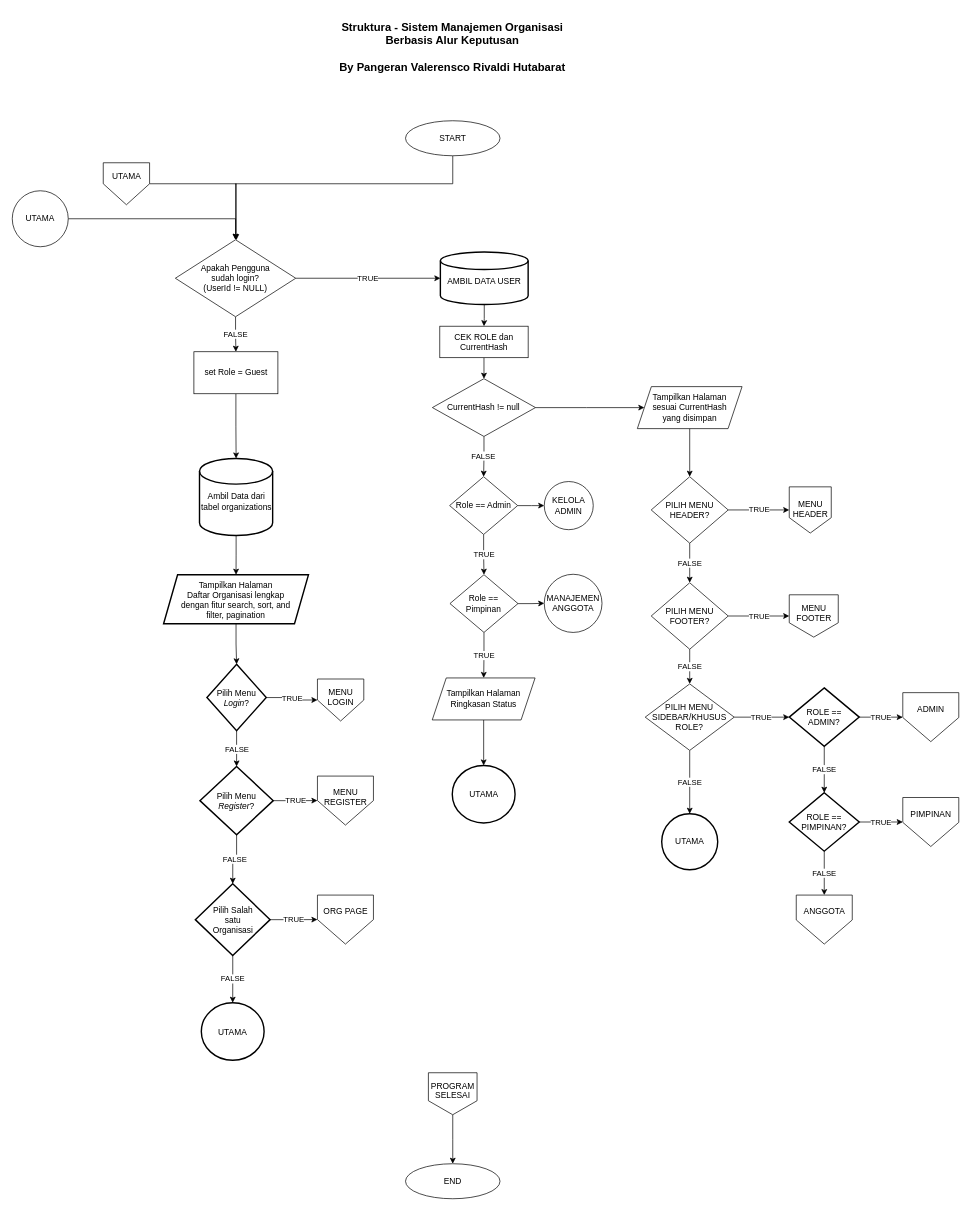
Earlier version of the draw.io diagram page "MAIN" (1 of 11) of struktura.drawio (pangeranvalerensco-maker/STRUKTURA---SISTEM-MANAJEMEN-ORGANISASI-BERBASIS-ALUR-KEPUTUSAN). Source tidied: cells renumbered, new cells numbered last; positions are measured from the earlier drawing's top-left corner, leaving out a move shared by most shapes. Both pictures are drawn from the tidied source at 70%, with x=0, y=0 at pixel (12, 36).
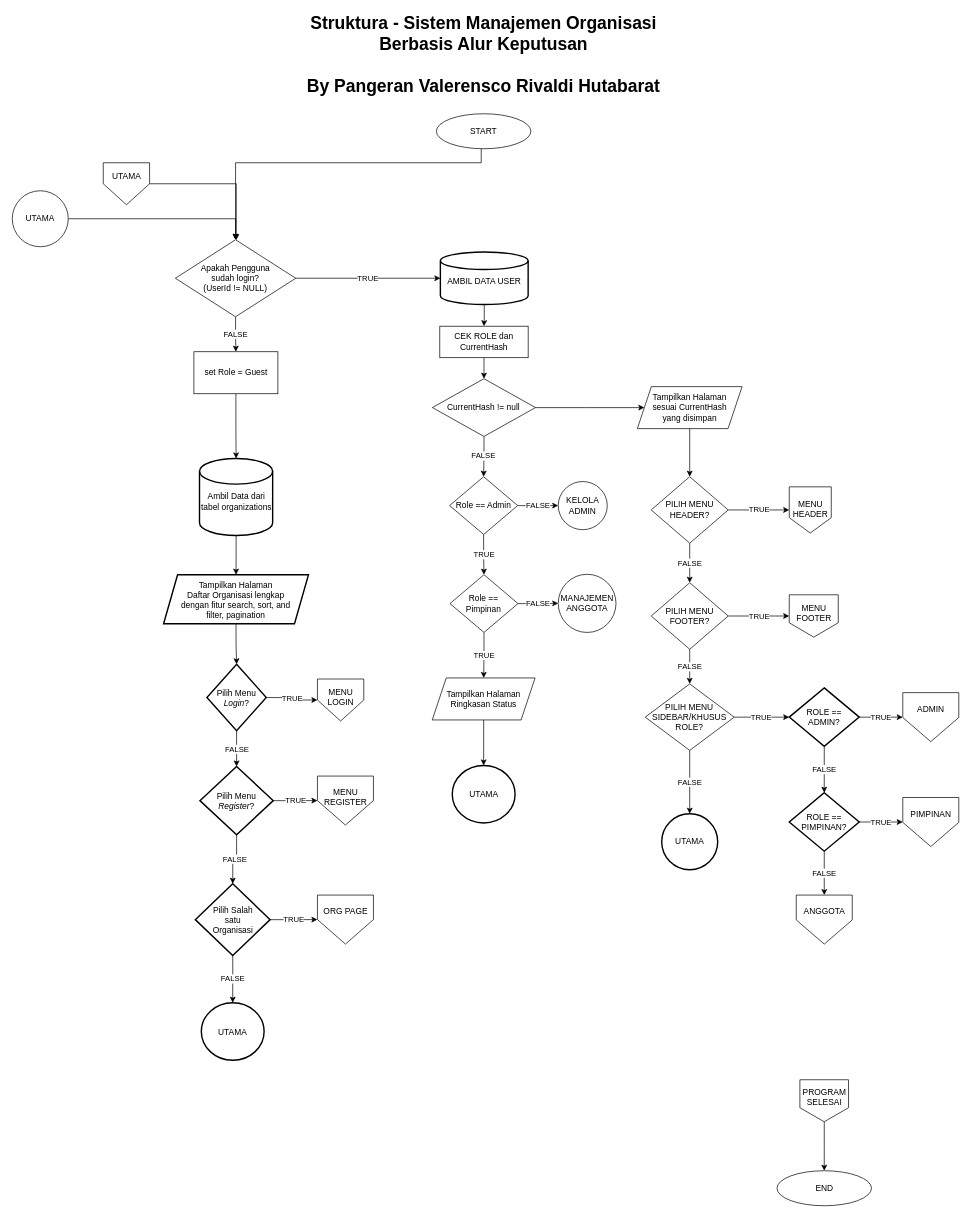
The same diagram, later.

Unchanged cells that the change refers to:
```xml
<mxCell id="7" value="Apakah Pengguna&lt;div&gt;sudah&amp;nbsp;&lt;span style=&quot;background-color: transparent; color: light-dark(rgb(0, 0, 0), rgb(255, 255, 255));&quot;&gt;login?&lt;/span&gt;&lt;/div&gt;&lt;div&gt;&lt;span style=&quot;background-color: transparent; color: light-dark(rgb(0, 0, 0), rgb(255, 255, 255));&quot;&gt;(UserId != NULL)&lt;/span&gt;&lt;/div&gt;" style="rhombus;whiteSpace=wrap;html=1;" parent="1" vertex="1">
  <mxGeometry x="233" y="290" width="172" height="110" as="geometry" />
</mxCell>
<mxCell id="60" value="Role == Admin" style="rhombus;whiteSpace=wrap;html=1;" parent="1" vertex="1">
  <mxGeometry x="624.8" y="628.5" width="97.2" height="82.5" as="geometry" />
</mxCell>
<mxCell id="63" value="Role == Pimpinan" style="rhombus;whiteSpace=wrap;html=1;" parent="1" vertex="1">
  <mxGeometry x="625.3" y="768.5" width="97.2" height="82.5" as="geometry" />
</mxCell>
```

Change to the diagram source:
```diff
@@
-    <mxCell id="2" value="&lt;b&gt;&lt;font style=&quot;font-size: 16px;&quot;&gt;Struktura - Sistem Manajemen Organisasi Berbasis Alur Keputusan&lt;br&gt;&lt;br&gt;By Pangeran Valerensco Rivaldi Hutabarat&lt;/font&gt;&lt;/b&gt;" style="text;strokeColor=none;align=center;fillColor=none;html=1;verticalAlign=middle;whiteSpace=wrap;rounded=0;" parent="1" vertex="1">
-      <mxGeometry x="459.2" width="340" height="30" as="geometry" />
+    <mxCell id="2" value="&lt;b&gt;&lt;font style=&quot;font-size: 25px;&quot;&gt;Struktura - Sistem Manajemen Organisasi Berbasis Alur Keputusan&lt;br&gt;&lt;br&gt;By Pangeran Valerensco Rivaldi Hutabarat&lt;/font&gt;&lt;/b&gt;" style="text;strokeColor=none;align=center;fillColor=none;html=1;verticalAlign=middle;whiteSpace=wrap;rounded=0;" parent="1" vertex="1">
+      <mxGeometry x="413.1" y="10" width="520.8" height="30" as="geometry" />
     </mxCell>
     <mxCell id="3" style="edgeStyle=orthogonalEdgeStyle;rounded=0;jettySize=auto;html=1;entryX=0.5;entryY=0;entryDx=0;entryDy=0;" parent="1" edge="1" source="4" target="7">
       <mxGeometry relative="1" as="geometry">
         <Array as="points">
-          <mxPoint x="629" y="210" />
-          <mxPoint x="319" y="210" />
+          <mxPoint x="670" y="180" />
+          <mxPoint x="319" y="180" />
         </Array>
       </mxGeometry>
     </mxCell>
     <mxCell id="4" value="START" style="ellipse;whiteSpace=wrap;html=1;" parent="1" vertex="1">
-      <mxGeometry x="561.8" y="120" width="135" height="50" as="geometry" />
+      <mxGeometry x="605.9" y="110" width="135" height="50" as="geometry" />
     </mxCell>
@@
-    <mxCell id="59" style="edgeStyle=orthogonalEdgeStyle;rounded=0;jettySize=auto;html=1;" parent="1" edge="1" source="60" target="67">
+    <mxCell id="59" value="FALSE" style="edgeStyle=orthogonalEdgeStyle;rounded=0;jettySize=auto;html=1;" parent="1" edge="1" source="60" target="67">
       <mxGeometry relative="1" as="geometry" />
     </mxCell>
@@
-    <mxCell id="62" style="edgeStyle=orthogonalEdgeStyle;rounded=0;jettySize=auto;html=1;" parent="1" edge="1" source="63" target="68">
+    <mxCell id="62" value="FALSE" style="edgeStyle=orthogonalEdgeStyle;rounded=0;jettySize=auto;html=1;" parent="1" edge="1" source="63" target="68">
       <mxGeometry relative="1" as="geometry" />
     </mxCell>
@@
     <mxCell id="67" value="KELOLA&lt;br&gt;ADMIN" style="ellipse;whiteSpace=wrap;html=1;" parent="1" vertex="1">
-      <mxGeometry x="760" y="635.4" width="70" height="68.8" as="geometry" />
+      <mxGeometry x="780" y="635.4" width="70" height="68.8" as="geometry" />
     </mxCell>
     <mxCell id="68" value="MANAJEMEN&lt;br&gt;ANGGOTA" style="ellipse;whiteSpace=wrap;html=1;" parent="1" vertex="1">
-      <mxGeometry x="760" y="767.9" width="82.5" height="83.1" as="geometry" />
+      <mxGeometry x="780" y="767.9" width="82.5" height="83.1" as="geometry" />
     </mxCell>
     <mxCell id="69" value="END" style="ellipse;whiteSpace=wrap;html=1;" parent="1" vertex="1">
-      <mxGeometry x="561.8" y="1610" width="135" height="50" as="geometry" />
+      <mxGeometry x="1092.5" y="1620" width="135" height="50" as="geometry" />
     </mxCell>
@@
     <mxCell id="71" value="PROGRAM&lt;br&gt;SELESAI" style="verticalLabelPosition=bottom;verticalAlign=top;html=1;shape=offPageConnector;rounded=0;size=0.3333333333333333;spacingTop=-55;" parent="1" vertex="1">
-      <mxGeometry x="594.5" y="1480" width="69.5" height="60" as="geometry" />
+      <mxGeometry x="1125.2" y="1490" width="69.5" height="60" as="geometry" />
     </mxCell>
```
